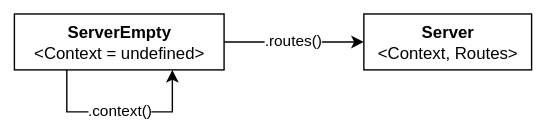
This is docs/server-builder.drawio.svg from petrhdk/rpc, a draw.io export, as it was before one commit. Source tidied: cells renumbered, new cells last; positions are measured from the earlier drawing's top-left corner, leaving out a move shared by most shapes.
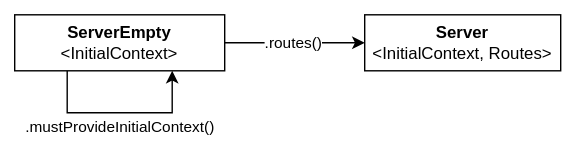
After the change.

Commit message:
change: `server`: rename `.initialContext()` → `.mustProvideInitialContext()`

Diff of the diagram source:
```diff
@@ -3,10 +3,10 @@
     <mxCell id="0" />
     <mxCell id="1" parent="0" />
     <mxCell id="2" style="whiteSpace=wrap;html=1;strokeColor=none;" parent="1" vertex="1">
-      <mxGeometry width="390" height="93" as="geometry" />
+      <mxGeometry width="410" height="102" as="geometry" />
     </mxCell>
-    <mxCell id="3" value="&lt;b&gt;Server&lt;/b&gt;&lt;br&gt;&amp;lt;Context, Routes&amp;gt;" style="html=1;whiteSpace=wrap;" parent="1" vertex="1">
-      <mxGeometry x="260" y="10" width="120" height="40" as="geometry" />
+    <mxCell id="3" value="&lt;b&gt;Server&lt;/b&gt;&lt;br&gt;&amp;lt;InitialContext, Routes&amp;gt;" style="html=1;whiteSpace=wrap;" parent="1" vertex="1">
+      <mxGeometry x="260" y="10" width="140" height="40" as="geometry" />
     </mxCell>
     <mxCell id="4" style="edgeStyle=orthogonalEdgeStyle;rounded=0;orthogonalLoop=1;jettySize=auto;html=1;exitX=0.25;exitY=1;exitDx=0;exitDy=0;entryX=0.75;entryY=1;entryDx=0;entryDy=0;" parent="1" edge="1" source="8" target="8">
       <mxGeometry relative="1" as="geometry">
@@ -17,9 +17,9 @@
         </Array>
       </mxGeometry>
     </mxCell>
-    <mxCell id="5" value=".context()" style="edgeLabel;html=1;align=center;verticalAlign=middle;" parent="4" vertex="1">
+    <mxCell id="5" value=".mustProvideInitialContext()" style="edgeLabel;html=1;align=center;verticalAlign=middle;" parent="4" vertex="1">
       <mxGeometry x="-0.06" y="-2" relative="1" as="geometry">
-        <mxPoint x="3" y="-3" as="offset" />
+        <mxPoint x="3" y="7" as="offset" />
       </mxGeometry>
     </mxCell>
     <mxCell id="6" style="edgeStyle=orthogonalEdgeStyle;rounded=0;jettySize=auto;html=1;exitX=1;exitY=0.5;exitDx=0;exitDy=0;entryX=0;entryY=0.5;entryDx=0;entryDy=0;" parent="1" edge="1" source="8" target="3">
@@ -30,7 +30,7 @@
         <mxPoint x="3" y="-2" as="offset" />
       </mxGeometry>
     </mxCell>
-    <mxCell id="8" value="&lt;b&gt;ServerEmpty&lt;/b&gt;&lt;br&gt;&amp;lt;Context = undefined&amp;gt;" style="html=1;whiteSpace=wrap;" parent="1" vertex="1">
+    <mxCell id="8" value="&lt;b&gt;ServerEmpty&lt;/b&gt;&lt;br&gt;&amp;lt;InitialContext&amp;gt;" style="html=1;whiteSpace=wrap;" parent="1" vertex="1">
       <mxGeometry x="10" y="10" width="150" height="40" as="geometry" />
     </mxCell>
   </root>
```
